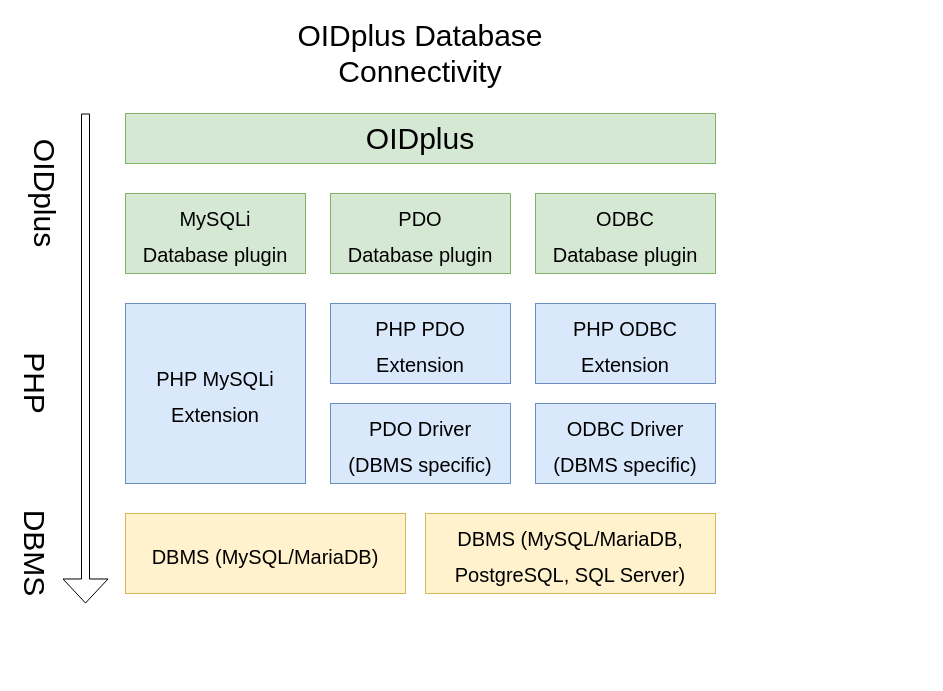
Above: setup/doc/database_connectivity_diagram.drawio in danielmarschall/oidplus (draw.io), before the change. Source tidied: cells renumbered, new cells numbered last; positions are measured from the earlier drawing's top-left corner, leaving out a move shared by most shapes. Both pictures are drawn from the tidied source at 100%, with x=0, y=0 at pixel (15, 43).
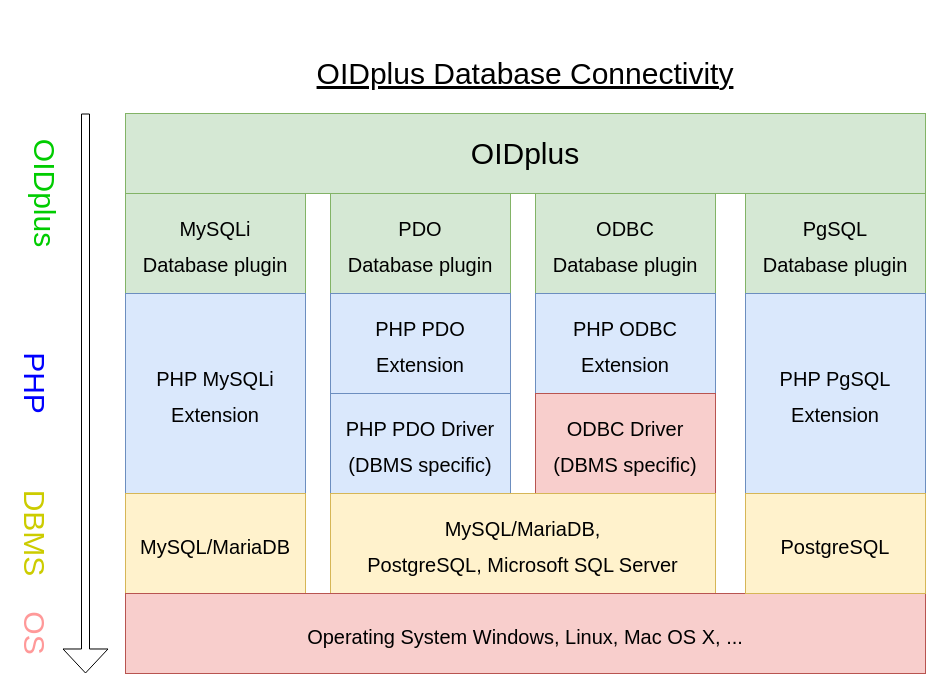
Above is the later version.

What changed in the source:
```diff
@@
-    <mxCell id="2" value="OIDplus" style="rounded=0;whiteSpace=wrap;html=1;fontSize=30;fillColor=#d5e8d4;strokeColor=#82b366;" parent="1" vertex="1">
-      <mxGeometry x="110" y="70" width="590" height="50" as="geometry" />
+    <mxCell id="2" value="OIDplus" style="rounded=0;whiteSpace=wrap;html=1;fontSize=30;fillColor=#d5e8d4;strokeColor=#82b366;shadow=0;" parent="1" vertex="1">
+      <mxGeometry x="110" y="70" width="800" height="80" as="geometry" />
     </mxCell>
-    <mxCell id="3" value="&lt;font style=&quot;font-size: 20px&quot;&gt;MySQLi&lt;br&gt;Database plugin&lt;/font&gt;" style="rounded=0;whiteSpace=wrap;html=1;fontSize=30;fillColor=#d5e8d4;strokeColor=#82b366;" parent="1" vertex="1">
-      <mxGeometry x="110" y="150" width="180" height="80" as="geometry" />
+    <mxCell id="3" value="&lt;font style=&quot;font-size: 20px&quot;&gt;MySQLi&lt;br&gt;Database plugin&lt;/font&gt;" style="rounded=0;whiteSpace=wrap;html=1;fontSize=30;fillColor=#d5e8d4;strokeColor=#82b366;shadow=0;" parent="1" vertex="1">
+      <mxGeometry x="110" y="150" width="180" height="100" as="geometry" />
     </mxCell>
-    <mxCell id="4" value="&lt;font style=&quot;font-size: 20px&quot;&gt;PDO&lt;br&gt;Database plugin&lt;/font&gt;" style="rounded=0;whiteSpace=wrap;html=1;fontSize=30;fillColor=#d5e8d4;strokeColor=#82b366;" parent="1" vertex="1">
-      <mxGeometry x="315" y="150" width="180" height="80" as="geometry" />
+    <mxCell id="4" value="&lt;font style=&quot;font-size: 20px&quot;&gt;PDO&lt;br&gt;Database plugin&lt;/font&gt;" style="rounded=0;whiteSpace=wrap;html=1;fontSize=30;fillColor=#d5e8d4;strokeColor=#82b366;shadow=0;" parent="1" vertex="1">
+      <mxGeometry x="315" y="150" width="180" height="100" as="geometry" />
     </mxCell>
-    <mxCell id="5" value="&lt;font style=&quot;font-size: 20px&quot;&gt;ODBC&lt;br&gt;Database plugin&lt;/font&gt;" style="rounded=0;whiteSpace=wrap;html=1;fontSize=30;fillColor=#d5e8d4;strokeColor=#82b366;" parent="1" vertex="1">
-      <mxGeometry x="520" y="150" width="180" height="80" as="geometry" />
+    <mxCell id="5" value="&lt;font style=&quot;font-size: 20px&quot;&gt;ODBC&lt;br&gt;Database plugin&lt;/font&gt;" style="rounded=0;whiteSpace=wrap;html=1;fontSize=30;fillColor=#d5e8d4;strokeColor=#82b366;shadow=0;" parent="1" vertex="1">
+      <mxGeometry x="520" y="150" width="180" height="100" as="geometry" />
     </mxCell>
-    <mxCell id="6" value="&lt;span style=&quot;font-size: 20px&quot;&gt;PHP MySQLi&lt;br&gt;Extension&lt;/span&gt;" style="rounded=0;whiteSpace=wrap;html=1;fontSize=30;fillColor=#dae8fc;strokeColor=#6c8ebf;" parent="1" vertex="1">
-      <mxGeometry x="110" y="260" width="180" height="180" as="geometry" />
+    <mxCell id="6" value="&lt;span style=&quot;font-size: 20px&quot;&gt;PHP MySQLi&lt;br&gt;Extension&lt;/span&gt;" style="rounded=0;whiteSpace=wrap;html=1;fontSize=30;fillColor=#dae8fc;strokeColor=#6c8ebf;shadow=0;" parent="1" vertex="1">
+      <mxGeometry x="110" y="250" width="180" height="200" as="geometry" />
     </mxCell>
-    <mxCell id="7" value="&lt;span style=&quot;font-size: 20px&quot;&gt;PHP PDO&lt;br&gt;Extension&lt;/span&gt;" style="rounded=0;whiteSpace=wrap;html=1;fontSize=30;fillColor=#dae8fc;strokeColor=#6c8ebf;" parent="1" vertex="1">
-      <mxGeometry x="315" y="260" width="180" height="80" as="geometry" />
+    <mxCell id="7" value="&lt;span style=&quot;font-size: 20px&quot;&gt;PHP PDO&lt;br&gt;Extension&lt;/span&gt;" style="rounded=0;whiteSpace=wrap;html=1;fontSize=30;fillColor=#dae8fc;strokeColor=#6c8ebf;shadow=0;" parent="1" vertex="1">
+      <mxGeometry x="315" y="250" width="180" height="100" as="geometry" />
     </mxCell>
-    <mxCell id="8" value="&lt;span style=&quot;font-size: 20px&quot;&gt;PHP ODBC&lt;br&gt;Extension&lt;/span&gt;" style="rounded=0;whiteSpace=wrap;html=1;fontSize=30;fillColor=#dae8fc;strokeColor=#6c8ebf;" parent="1" vertex="1">
-      <mxGeometry x="520" y="260" width="180" height="80" as="geometry" />
+    <mxCell id="8" value="&lt;span style=&quot;font-size: 20px&quot;&gt;PHP ODBC&lt;br&gt;Extension&lt;/span&gt;" style="rounded=0;whiteSpace=wrap;html=1;fontSize=30;fillColor=#dae8fc;strokeColor=#6c8ebf;shadow=0;" parent="1" vertex="1">
+      <mxGeometry x="520" y="250" width="180" height="100" as="geometry" />
     </mxCell>
-    <mxCell id="9" value="&lt;span style=&quot;font-size: 20px&quot;&gt;PDO Driver&lt;br&gt;(DBMS specific)&lt;br&gt;&lt;/span&gt;" style="rounded=0;whiteSpace=wrap;html=1;fontSize=30;fillColor=#dae8fc;strokeColor=#6c8ebf;" parent="1" vertex="1">
-      <mxGeometry x="315" y="360" width="180" height="80" as="geometry" />
+    <mxCell id="9" value="&lt;span style=&quot;font-size: 20px&quot;&gt;PHP PDO Driver&lt;br&gt;(DBMS specific)&lt;br&gt;&lt;/span&gt;" style="rounded=0;whiteSpace=wrap;html=1;fontSize=30;fillColor=#dae8fc;strokeColor=#6c8ebf;shadow=0;" parent="1" vertex="1">
+      <mxGeometry x="315" y="350" width="180" height="100" as="geometry" />
     </mxCell>
-    <mxCell id="10" value="&lt;span style=&quot;font-size: 20px&quot;&gt;ODBC Driver&lt;br&gt;&lt;/span&gt;&lt;span style=&quot;font-size: 20px&quot;&gt;(DBMS specific)&lt;/span&gt;&lt;span style=&quot;font-size: 20px&quot;&gt;&lt;br&gt;&lt;/span&gt;" style="rounded=0;whiteSpace=wrap;html=1;fontSize=30;fillColor=#dae8fc;strokeColor=#6c8ebf;" parent="1" vertex="1">
-      <mxGeometry x="520" y="360" width="180" height="80" as="geometry" />
+    <mxCell id="10" value="&lt;span style=&quot;font-size: 20px&quot;&gt;ODBC Driver&lt;br&gt;&lt;/span&gt;&lt;span style=&quot;font-size: 20px&quot;&gt;(DBMS specific)&lt;/span&gt;&lt;span style=&quot;font-size: 20px&quot;&gt;&lt;br&gt;&lt;/span&gt;" style="rounded=0;whiteSpace=wrap;html=1;fontSize=30;fillColor=#f8cecc;strokeColor=#b85450;shadow=0;" parent="1" vertex="1">
+      <mxGeometry x="520" y="350" width="180" height="100" as="geometry" />
     </mxCell>
-    <mxCell id="11" value="&lt;span style=&quot;font-size: 20px&quot;&gt;DBMS (MySQL/MariaDB)&lt;/span&gt;" style="rounded=0;whiteSpace=wrap;html=1;fontSize=30;fillColor=#fff2cc;strokeColor=#d6b656;" parent="1" vertex="1">
-      <mxGeometry x="110" y="470" width="280" height="80" as="geometry" />
+    <mxCell id="11" value="&lt;span style=&quot;font-size: 20px&quot;&gt;MySQL/MariaDB&lt;/span&gt;" style="rounded=0;whiteSpace=wrap;html=1;fontSize=30;fillColor=#fff2cc;strokeColor=#d6b656;shadow=0;" parent="1" vertex="1">
+      <mxGeometry x="110" y="450" width="180" height="100" as="geometry" />
     </mxCell>
-    <mxCell id="12" style="shape=flexArrow;endArrow=classic;html=1;fontSize=30;endWidth=36;endSize=7.67;width=8;" parent="1" edge="1">
+    <mxCell id="12" style="shape=flexArrow;endArrow=classic;html=1;fontSize=30;endWidth=36;endSize=7.67;width=8;shadow=0;" parent="1" edge="1">
       <mxGeometry relative="1" as="geometry">
         <mxPoint x="70" y="70" as="sourcePoint" />
-        <mxPoint x="70" y="560" as="targetPoint" />
+        <mxPoint x="70" y="630" as="targetPoint" />
       </mxGeometry>
     </mxCell>
-    <mxCell id="13" value="OIDplus" style="text;html=1;strokeColor=none;fillColor=none;align=center;verticalAlign=middle;whiteSpace=wrap;rounded=0;fontSize=30;rotation=90;direction=east;" parent="1" vertex="1">
+    <mxCell id="13" value="OIDplus" style="text;html=1;strokeColor=none;fillColor=none;align=center;verticalAlign=middle;whiteSpace=wrap;rounded=0;fontSize=30;rotation=90;direction=east;fontColor=#00CC00;shadow=0;" parent="1" vertex="1">
       <mxGeometry x="10" y="140" width="40" height="20" as="geometry" />
     </mxCell>
-    <mxCell id="14" value="DBMS" style="text;html=1;strokeColor=none;fillColor=none;align=center;verticalAlign=middle;whiteSpace=wrap;rounded=0;fontSize=30;rotation=90;direction=east;" parent="1" vertex="1">
-      <mxGeometry y="500" width="40" height="20" as="geometry" />
+    <mxCell id="14" value="DBMS" style="text;html=1;strokeColor=none;fillColor=none;align=center;verticalAlign=middle;whiteSpace=wrap;rounded=0;fontSize=30;rotation=90;direction=east;fontColor=#CCCC00;shadow=0;" parent="1" vertex="1">
+      <mxGeometry x="-30" y="480" width="100" height="20" as="geometry" />
     </mxCell>
-    <mxCell id="15" value="PHP" style="text;html=1;strokeColor=none;fillColor=none;align=center;verticalAlign=middle;whiteSpace=wrap;rounded=0;fontSize=30;rotation=90;direction=east;" parent="1" vertex="1">
+    <mxCell id="15" value="PHP" style="text;html=1;strokeColor=none;fillColor=none;align=center;verticalAlign=middle;whiteSpace=wrap;rounded=0;fontSize=30;rotation=90;direction=east;fontColor=#0000FF;shadow=0;" parent="1" vertex="1">
       <mxGeometry y="330" width="40" height="20" as="geometry" />
     </mxCell>
-    <mxCell id="16" value="OIDplus Database Connectivity" style="text;html=1;strokeColor=none;fillColor=none;align=center;verticalAlign=middle;whiteSpace=wrap;rounded=0;fontSize=30;" parent="1" vertex="1">
-      <mxGeometry x="225" width="360" height="20" as="geometry" />
+    <mxCell id="16" value="OIDplus Database Connectivity" style="text;html=1;strokeColor=none;fillColor=none;align=center;verticalAlign=middle;whiteSpace=wrap;rounded=0;fontSize=30;fontStyle=4;shadow=0;" parent="1" vertex="1">
+      <mxGeometry x="120" y="20" width="780" height="20" as="geometry" />
     </mxCell>
-    <mxCell id="17" value="&lt;span style=&quot;font-size: 20px&quot;&gt;DBMS (MySQL/MariaDB, PostgreSQL, SQL Server)&lt;/span&gt;" style="rounded=0;whiteSpace=wrap;html=1;fontSize=30;fillColor=#fff2cc;strokeColor=#d6b656;" parent="1" vertex="1">
-      <mxGeometry x="410" y="470" width="290" height="80" as="geometry" />
+    <mxCell id="17" value="&lt;span style=&quot;font-size: 20px&quot;&gt;MySQL/MariaDB,&lt;br&gt;PostgreSQL, Microsoft SQL Server&lt;/span&gt;" style="rounded=0;whiteSpace=wrap;html=1;fontSize=30;fillColor=#fff2cc;strokeColor=#d6b656;shadow=0;" parent="1" vertex="1">
+      <mxGeometry x="315" y="450" width="385" height="100" as="geometry" />
     </mxCell>
+    <mxCell id="18" value="&lt;span style=&quot;font-size: 20px&quot;&gt;Operating System Windows, Linux, Mac OS X, ...&lt;br&gt;&lt;/span&gt;" style="rounded=0;whiteSpace=wrap;html=1;fontSize=30;fillColor=#f8cecc;strokeColor=#b85450;shadow=0;" parent="1" vertex="1">
+      <mxGeometry x="110" y="550" width="800" height="80" as="geometry" />
+    </mxCell>
+    <mxCell id="19" value="OS" style="text;html=1;strokeColor=none;fillColor=none;align=center;verticalAlign=middle;whiteSpace=wrap;rounded=0;fontSize=30;rotation=90;direction=east;fontColor=#FF9999;shadow=0;" parent="1" vertex="1">
+      <mxGeometry x="-15" y="580" width="70" height="20" as="geometry" />
+    </mxCell>
+    <mxCell id="20" value="&lt;font style=&quot;font-size: 20px&quot;&gt;PgSQL&lt;br&gt;Database plugin&lt;/font&gt;" style="rounded=0;whiteSpace=wrap;html=1;fontSize=30;fillColor=#d5e8d4;strokeColor=#82b366;shadow=0;" parent="1" vertex="1">
+      <mxGeometry x="730" y="150" width="180" height="100" as="geometry" />
+    </mxCell>
+    <mxCell id="21" value="&lt;span style=&quot;font-size: 20px&quot;&gt;PHP PgSQL&lt;br&gt;Extension&lt;/span&gt;" style="rounded=0;whiteSpace=wrap;html=1;fontSize=30;fillColor=#dae8fc;strokeColor=#6c8ebf;shadow=0;" parent="1" vertex="1">
+      <mxGeometry x="730" y="250" width="180" height="200" as="geometry" />
+    </mxCell>
+    <mxCell id="22" value="&lt;span style=&quot;font-size: 20px&quot;&gt;PostgreSQL&lt;/span&gt;" style="rounded=0;whiteSpace=wrap;html=1;fontSize=30;fillColor=#fff2cc;strokeColor=#d6b656;shadow=0;" parent="1" vertex="1">
+      <mxGeometry x="730" y="450" width="180" height="100" as="geometry" />
+    </mxCell>
```
